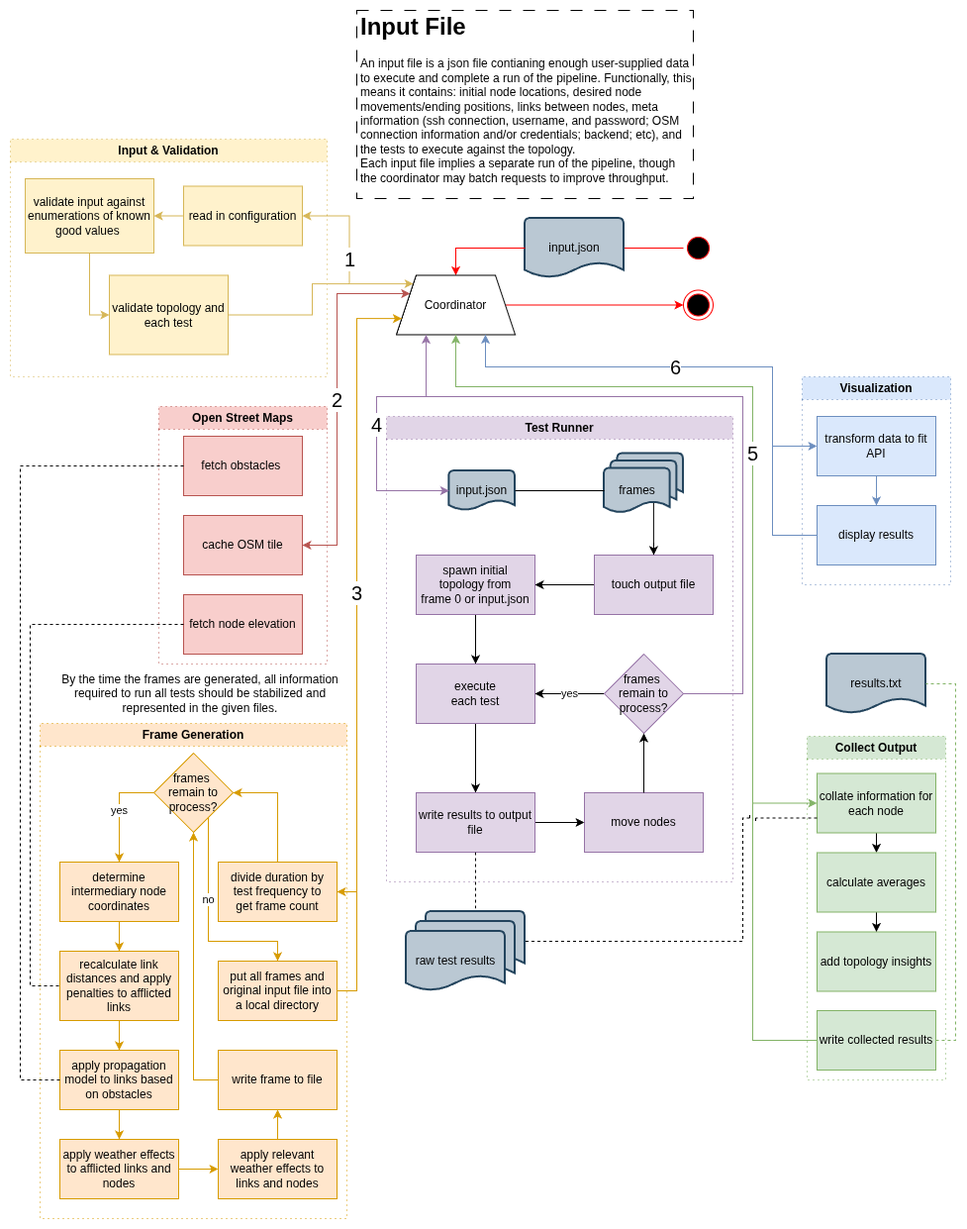
Earlier version of the draw.io export img/Pipeline_2.drawio.png (CMU-99P-Fall25-Practicum/Omen). Source tidied: cells renumbered, new cells last; positions are measured from the earlier drawing's top-left corner, leaving out a move shared by most shapes.
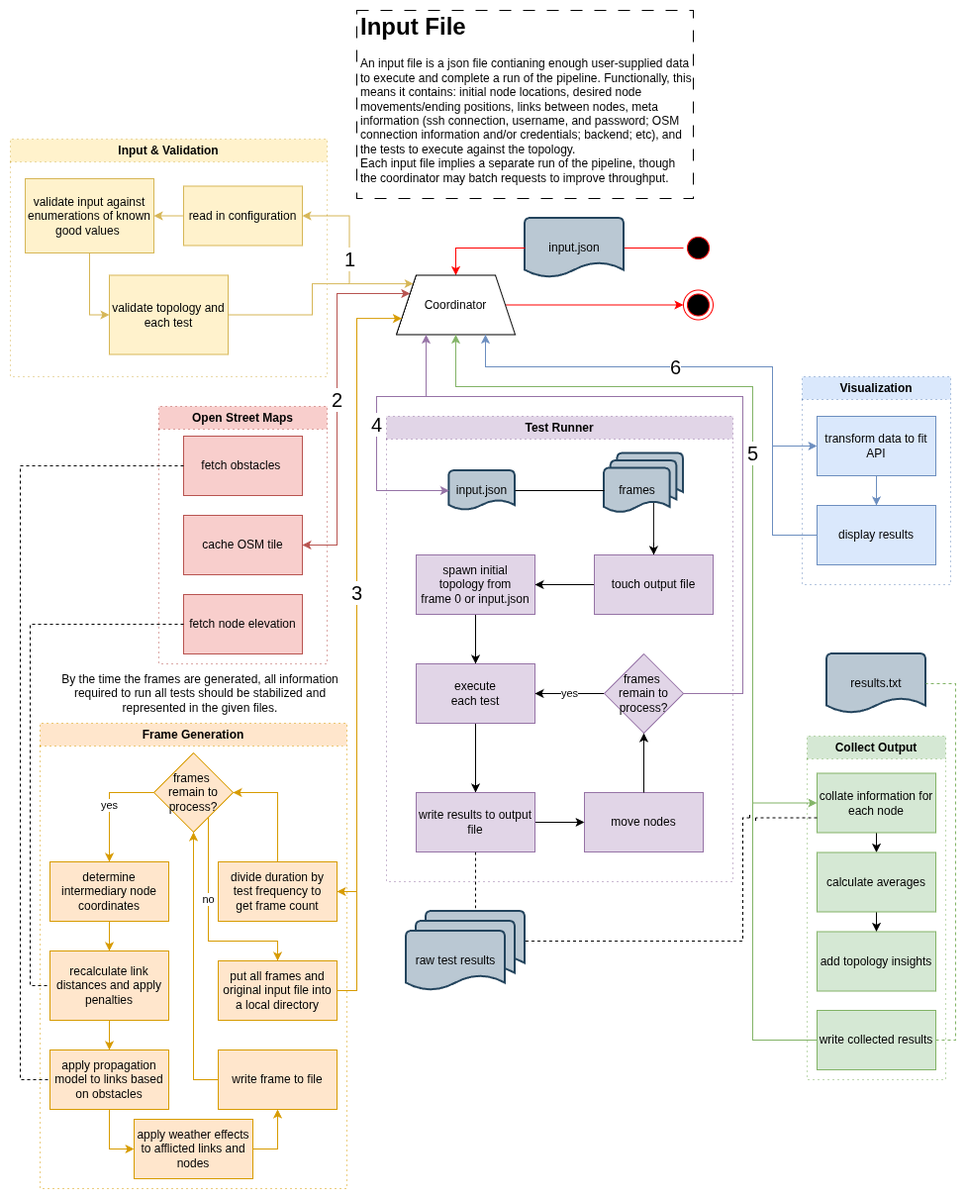
After the commit.

Commit message:
correct Pipeline 2 logical flow

Change to the diagram source:
```diff
@@ -96,7 +96,7 @@
       <mxGeometry x="100" y="137.5" width="120" height="80" as="geometry" />
     </mxCell>
     <mxCell id="33" value="Frame Generation" style="swimlane;whiteSpace=wrap;html=1;fillColor=#ffe6cc;strokeColor=#d79b00;dashed=1;dashPattern=1 4;" parent="1" vertex="1">
-      <mxGeometry x="30" y="720" width="310" height="500" as="geometry" />
+      <mxGeometry x="30" y="720" width="310" height="470" as="geometry" />
     </mxCell>
     <mxCell id="34" style="edgeStyle=orthogonalEdgeStyle;rounded=0;jettySize=auto;html=1;exitX=0.5;exitY=0;exitDx=0;exitDy=0;entryX=1;entryY=0.5;entryDx=0;entryDy=0;fillColor=#ffe6cc;strokeColor=#d79b00;" parent="33" edge="1" source="35" target="40">
       <mxGeometry relative="1" as="geometry">
@@ -108,11 +108,15 @@
     <mxCell id="35" value="divide duration by&lt;div&gt;test frequency to&lt;/div&gt;&lt;div&gt;get frame count&lt;/div&gt;" style="rounded=0;whiteSpace=wrap;html=1;fillColor=#ffe6cc;strokeColor=#d79b00;" parent="33" vertex="1">
       <mxGeometry x="180" y="140" width="120" height="60" as="geometry" />
     </mxCell>
-    <mxCell id="36" style="edgeStyle=orthogonalEdgeStyle;rounded=0;jettySize=auto;html=1;exitX=0.5;exitY=1;exitDx=0;exitDy=0;entryX=0.5;entryY=0;entryDx=0;entryDy=0;fillColor=#ffe6cc;strokeColor=#d79b00;" parent="33" edge="1" source="37" target="47">
-      <mxGeometry relative="1" as="geometry" />
+    <mxCell id="36" style="edgeStyle=orthogonalEdgeStyle;rounded=0;jettySize=auto;html=1;exitX=0.5;exitY=1;exitDx=0;exitDy=0;entryX=0;entryY=0.5;entryDx=0;entryDy=0;strokeColor=#D79B00;" parent="33" edge="1" source="37" target="47">
+      <mxGeometry relative="1" as="geometry">
+        <Array as="points">
+          <mxPoint x="70" y="430" />
+        </Array>
+      </mxGeometry>
     </mxCell>
     <mxCell id="37" value="apply propagation model to links based on obstacles" style="rounded=0;whiteSpace=wrap;html=1;fillColor=#ffe6cc;strokeColor=#d79b00;" parent="33" vertex="1">
-      <mxGeometry x="20" y="330" width="120" height="60" as="geometry" />
+      <mxGeometry x="10" y="330" width="120" height="60" as="geometry" />
     </mxCell>
     <mxCell id="38" value="no" style="edgeStyle=orthogonalEdgeStyle;rounded=0;jettySize=auto;html=1;exitX=1;exitY=0.5;exitDx=0;exitDy=0;entryX=0.5;entryY=0;entryDx=0;entryDy=0;fillColor=#ffe6cc;strokeColor=#d79b00;" parent="33" edge="1" source="40" target="41">
       <mxGeometry relative="1" as="geometry">
@@ -136,26 +140,20 @@
       <mxGeometry relative="1" as="geometry" />
     </mxCell>
     <mxCell id="43" value="determine intermediary node coordinates" style="rounded=0;whiteSpace=wrap;html=1;fillColor=#ffe6cc;strokeColor=#d79b00;" parent="33" vertex="1">
-      <mxGeometry x="20" y="140" width="120" height="60" as="geometry" />
+      <mxGeometry x="10" y="140" width="120" height="60" as="geometry" />
     </mxCell>
     <mxCell id="44" style="edgeStyle=orthogonalEdgeStyle;rounded=0;jettySize=auto;html=1;exitX=0.5;exitY=1;exitDx=0;exitDy=0;entryX=0.5;entryY=0;entryDx=0;entryDy=0;fillColor=#ffe6cc;strokeColor=#d79b00;" parent="33" edge="1" source="45" target="37">
       <mxGeometry relative="1" as="geometry" />
     </mxCell>
-    <mxCell id="45" value="recalculate link distances and apply penalties to afflicted links" style="rounded=0;whiteSpace=wrap;html=1;fillColor=#ffe6cc;strokeColor=#d79b00;" parent="33" vertex="1">
-      <mxGeometry x="20" y="230" width="120" height="70" as="geometry" />
+    <mxCell id="45" value="recalculate link distances and apply penalties" style="rounded=0;whiteSpace=wrap;html=1;fillColor=#ffe6cc;strokeColor=#d79b00;" parent="33" vertex="1">
+      <mxGeometry x="10" y="230" width="120" height="70" as="geometry" />
     </mxCell>
-    <mxCell id="46" style="edgeStyle=orthogonalEdgeStyle;rounded=0;jettySize=auto;html=1;exitX=1;exitY=0.5;exitDx=0;exitDy=0;entryX=0;entryY=0.5;entryDx=0;entryDy=0;fillColor=#ffe6cc;strokeColor=#d79b00;" parent="33" edge="1" source="47" target="49">
-      <mxGeometry relative="1" as="geometry" />
-    </mxCell>
+    <mxCell id="92" style="edgeStyle=orthogonalEdgeStyle;rounded=0;jettySize=auto;html=1;exitX=1;exitY=0.5;exitDx=0;exitDy=0;entryX=0.5;entryY=1;entryDx=0;entryDy=0;strokeColor=#D79B00;" parent="33" edge="1" source="47" target="51">
+      <mxGeometry relative="1" as="geometry" />
+    </mxCell>
     <mxCell id="47" value="apply weather effects to afflicted links and nodes" style="rounded=0;whiteSpace=wrap;html=1;fillColor=#ffe6cc;strokeColor=#d79b00;" parent="33" vertex="1">
-      <mxGeometry x="20" y="420" width="120" height="60" as="geometry" />
+      <mxGeometry x="95" y="400" width="120" height="60" as="geometry" />
     </mxCell>
-    <mxCell id="48" style="edgeStyle=orthogonalEdgeStyle;rounded=0;jettySize=auto;html=1;exitX=0.5;exitY=0;exitDx=0;exitDy=0;entryX=0.5;entryY=1;entryDx=0;entryDy=0;fillColor=#ffe6cc;strokeColor=#d79b00;" parent="33" edge="1" source="49" target="51">
-      <mxGeometry relative="1" as="geometry" />
-    </mxCell>
-    <mxCell id="49" value="apply relevant weather effects to links and nodes" style="rounded=0;whiteSpace=wrap;html=1;fillColor=#ffe6cc;strokeColor=#d79b00;" parent="33" vertex="1">
-      <mxGeometry x="180" y="420" width="120" height="60" as="geometry" />
-    </mxCell>
     <mxCell id="50" style="edgeStyle=orthogonalEdgeStyle;rounded=0;jettySize=auto;html=1;exitX=0;exitY=0.5;exitDx=0;exitDy=0;entryX=0.5;entryY=1;entryDx=0;entryDy=0;fillColor=#ffe6cc;strokeColor=#d79b00;" parent="33" edge="1" source="51" target="40">
       <mxGeometry relative="1" as="geometry">
         <Array as="points">
@@ -260,7 +258,7 @@
     <mxCell id="79" value="Coordinator" style="shape=trapezoid;perimeter=trapezoidPerimeter;whiteSpace=wrap;html=1;fixedSize=1;" parent="1" vertex="1">
       <mxGeometry x="390" y="267.5" width="120" height="60" as="geometry" />
     </mxCell>
-    <mxCell id="80" style="edgeStyle=orthogonalEdgeStyle;rounded=0;jettySize=auto;html=1;exitX=1;exitY=0.5;exitDx=0;exitDy=0;entryX=0;entryY=0.75;entryDx=0;entryDy=0;fillColor=#ffe6cc;strokeColor=#d79b00;" parent="1" edge="1" source="41" target="79">
+    <mxCell id="80" style="edgeStyle=orthogonalEdgeStyle;rounded=0;jettySize=auto;html=1;exitX=1;exitY=0.5;exitDx=0;exitDy=0;entryX=0;entryY=0.75;entryDx=0;entryDy=0;fillColor=#ffe6cc;strokeColor=#d79b00;shadow=0;flowAnimation=0;" parent="1" edge="1" source="41" target="79">
       <mxGeometry relative="1" as="geometry">
         <Array as="points">
           <mxPoint x="350" y="990" />
```
